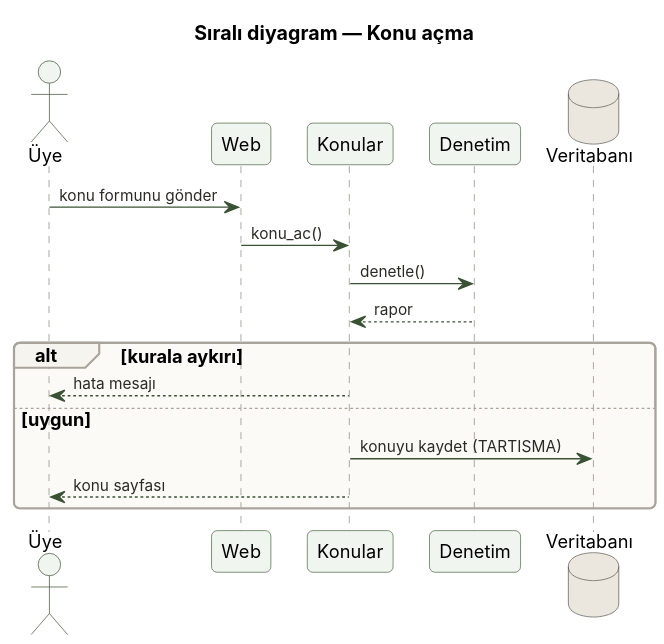
Earlier version of the PlantUML export docs/uml/svg/3a_sirali_konu_acma.svg (Baki-B/YZM327-Odevler).
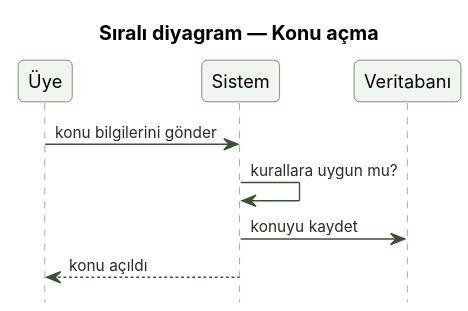
After the change.

What changed in the source:
```diff
@@ -1,20 +1,13 @@
 @startuml
 !include _stil.iuml
 title Sıralı diyagram — Konu açma
-actor Üye as U
-participant "Web" as W
-participant "Konular" as K
-participant "Denetim" as D
-database "Veritabanı" as V
+hide footbox
+participant "Üye" as U
+participant "Sistem" as S
+participant "Veritabanı" as V
 
-U -> W : konu formunu gönder
-W -> K : konu_ac()
-K -> D : denetle()
-D --> K : rapor
-alt kurala aykırı
-  K --> U : hata mesajı
-else uygun
-  K -> V : konuyu kaydet (TARTISMA)
-  K --> U : konu sayfası
-end
+U -> S : konu bilgilerini gönder
+S -> S : kurallara uygun mu?
+S -> V : konuyu kaydet
+S --> U : konu açıldı
 @enduml
```
